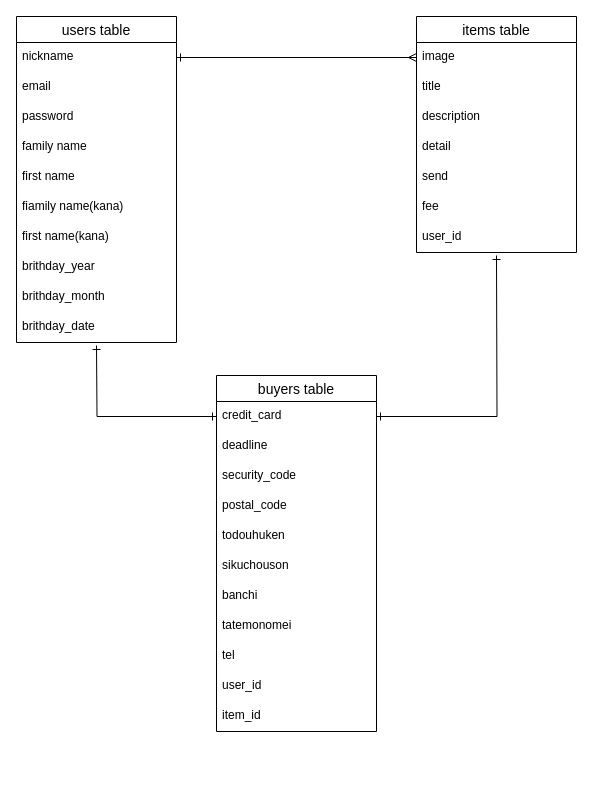
Above: furima.dio in RinHan/furima-31533 (draw.io), before the change. Source tidied: cells renumbered, new cells numbered last; positions are measured from the earlier drawing's top-left corner, leaving out a move shared by most shapes. Both pictures are drawn from the tidied source at 100%, with x=0, y=0 at pixel (16, 16).
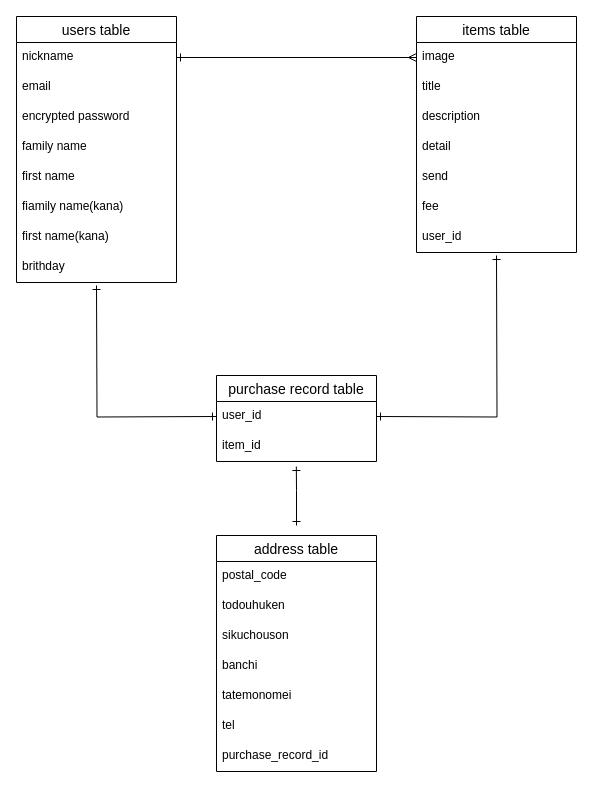
Above is the later version.

Commit message (it also covers changes not shown here):
ER図とREADMEの修正

The change refers to these unchanged cells:
```xml
<mxCell id="3" value="nickname" style="text;strokeColor=none;fillColor=none;spacingLeft=4;spacingRight=4;overflow=hidden;points=[[0,0.5],[1,0.5]];portConstraint=eastwest;fontSize=12;" parent="2" vertex="1">
  <mxGeometry y="26" width="160" height="30" as="geometry" />
</mxCell>
<mxCell id="14" value="image" style="text;strokeColor=none;fillColor=none;spacingLeft=4;spacingRight=4;overflow=hidden;points=[[0,0.5],[1,0.5]];portConstraint=eastwest;fontSize=12;" parent="13" vertex="1">
  <mxGeometry y="26" width="160" height="30" as="geometry" />
</mxCell>
```

What changed in the source:
```diff
@@
     <mxCell id="2" value="users table" style="swimlane;fontStyle=0;horizontal=1;startSize=26;align=center;fontSize=14;" parent="1" vertex="1">
-      <mxGeometry width="160" height="326" as="geometry" />
+      <mxGeometry width="160" height="266" as="geometry" />
     </mxCell>
@@
-    <mxCell id="5" value="password" style="text;strokeColor=none;fillColor=none;spacingLeft=4;spacingRight=4;overflow=hidden;fontSize=12;" parent="2" vertex="1">
+    <mxCell id="5" value="encrypted password" style="text;strokeColor=none;fillColor=none;spacingLeft=4;spacingRight=4;overflow=hidden;fontSize=12;" parent="2" vertex="1">
       <mxGeometry y="86" width="160" height="30" as="geometry" />
     </mxCell>
@@
-    <mxCell id="10" value="brithday_year" style="text;strokeColor=none;fillColor=none;spacingLeft=4;spacingRight=4;overflow=hidden;fontSize=12;" parent="2" vertex="1">
+    <mxCell id="10" value="brithday" style="text;strokeColor=none;fillColor=none;spacingLeft=4;spacingRight=4;overflow=hidden;fontSize=12;" parent="2" vertex="1">
       <mxGeometry y="236" width="160" height="30" as="geometry" />
     </mxCell>
-    <mxCell id="11" value="brithday_month" style="text;strokeColor=none;fillColor=none;spacingLeft=4;spacingRight=4;overflow=hidden;fontSize=12;" parent="2" vertex="1">
-      <mxGeometry y="266" width="160" height="30" as="geometry" />
-    </mxCell>
-    <mxCell id="12" value="brithday_date" style="text;strokeColor=none;fillColor=none;spacingLeft=4;spacingRight=4;overflow=hidden;fontSize=12;" parent="2" vertex="1">
-      <mxGeometry y="296" width="160" height="30" as="geometry" />
-    </mxCell>
@@
-    <mxCell id="21" value="buyers table" style="swimlane;fontStyle=0;horizontal=1;startSize=26;align=center;fontSize=14;" parent="1" vertex="1">
-      <mxGeometry x="200" y="359" width="160" height="356" as="geometry" />
+    <mxCell id="21" value="purchase record table" style="swimlane;fontStyle=0;horizontal=1;startSize=26;align=center;fontSize=14;" parent="1" vertex="1">
+      <mxGeometry x="200" y="359" width="160" height="86" as="geometry" />
     </mxCell>
-    <mxCell id="22" value="credit_card" style="text;strokeColor=none;fillColor=none;spacingLeft=4;spacingRight=4;overflow=hidden;points=[[0,0.5],[1,0.5]];portConstraint=eastwest;fontSize=12;" parent="21" vertex="1">
-      <mxGeometry y="26" width="160" height="30" as="geometry" />
-    </mxCell>
-    <mxCell id="23" value="deadline" style="text;strokeColor=none;fillColor=none;spacingLeft=4;spacingRight=4;overflow=hidden;fontSize=12;" parent="21" vertex="1">
-      <mxGeometry y="56" width="160" height="30" as="geometry" />
-    </mxCell>
-    <mxCell id="24" value="security_code" style="text;strokeColor=none;fillColor=none;spacingLeft=4;spacingRight=4;overflow=hidden;fontSize=12;" parent="21" vertex="1">
-      <mxGeometry y="86" width="160" height="30" as="geometry" />
-    </mxCell>
+    <mxCell id="31" value="user_id" style="text;strokeColor=none;fillColor=none;spacingLeft=4;spacingRight=4;overflow=hidden;fontSize=12;" parent="21" vertex="1">
+      <mxGeometry y="26" width="160" height="30" as="geometry" />
+    </mxCell>
+    <mxCell id="32" value="item_id" style="text;strokeColor=none;fillColor=none;spacingLeft=4;spacingRight=4;overflow=hidden;points=[[0,0.5],[1,0.5]];portConstraint=eastwest;fontSize=12;" parent="21" vertex="1">
+      <mxGeometry y="56" width="160" height="30" as="geometry" />
+    </mxCell>
+    <mxCell id="33" style="edgeStyle=orthogonalEdgeStyle;rounded=0;jettySize=auto;html=1;exitX=1;exitY=0.5;exitDx=0;exitDy=0;entryX=0;entryY=0.5;entryDx=0;entryDy=0;startArrow=ERone;startFill=0;endArrow=ERmany;endFill=0;" parent="1" edge="1" source="3" target="14">
+      <mxGeometry relative="1" as="geometry" />
+    </mxCell>
+    <mxCell id="34" style="edgeStyle=orthogonalEdgeStyle;rounded=0;orthogonalLoop=1;jettySize=auto;html=1;exitX=0;exitY=0.5;exitDx=0;exitDy=0;startArrow=ERone;startFill=0;endArrow=ERone;endFill=0;" parent="1" edge="1">
+      <mxGeometry relative="1" as="geometry">
+        <mxPoint x="200" y="400" as="sourcePoint" />
+        <mxPoint x="80" y="269" as="targetPoint" />
+      </mxGeometry>
+    </mxCell>
+    <mxCell id="35" style="edgeStyle=orthogonalEdgeStyle;rounded=0;orthogonalLoop=1;jettySize=auto;html=1;exitX=1;exitY=0.5;exitDx=0;exitDy=0;startArrow=ERone;startFill=0;endArrow=ERone;endFill=0;" parent="1" edge="1">
+      <mxGeometry relative="1" as="geometry">
+        <mxPoint x="360" y="400" as="sourcePoint" />
+        <mxPoint x="480" y="239" as="targetPoint" />
+      </mxGeometry>
+    </mxCell>
+    <mxCell id="36" value="address table" style="swimlane;fontStyle=0;horizontal=1;startSize=26;align=center;fontSize=14;" parent="1" vertex="1">
+      <mxGeometry x="200" y="519" width="160" height="236" as="geometry" />
+    </mxCell>
-    <mxCell id="25" value="postal_code" style="text;strokeColor=none;fillColor=none;spacingLeft=4;spacingRight=4;overflow=hidden;fontSize=12;" parent="21" vertex="1">
-      <mxGeometry y="116" width="160" height="30" as="geometry" />
+    <mxCell id="25" value="postal_code" style="text;strokeColor=none;fillColor=none;spacingLeft=4;spacingRight=4;overflow=hidden;fontSize=12;" parent="36" vertex="1">
+      <mxGeometry y="26" width="160" height="30" as="geometry" />
     </mxCell>
-    <mxCell id="26" value="todouhuken" style="text;strokeColor=none;fillColor=none;spacingLeft=4;spacingRight=4;overflow=hidden;fontSize=12;" parent="21" vertex="1">
-      <mxGeometry y="146" width="160" height="30" as="geometry" />
+    <mxCell id="26" value="todouhuken" style="text;strokeColor=none;fillColor=none;spacingLeft=4;spacingRight=4;overflow=hidden;fontSize=12;" parent="36" vertex="1">
+      <mxGeometry y="56" width="160" height="30" as="geometry" />
     </mxCell>
-    <mxCell id="27" value="sikuchouson" style="text;strokeColor=none;fillColor=none;spacingLeft=4;spacingRight=4;overflow=hidden;fontSize=12;" parent="21" vertex="1">
-      <mxGeometry y="176" width="160" height="30" as="geometry" />
+    <mxCell id="27" value="sikuchouson" style="text;strokeColor=none;fillColor=none;spacingLeft=4;spacingRight=4;overflow=hidden;fontSize=12;" parent="36" vertex="1">
+      <mxGeometry y="86" width="160" height="30" as="geometry" />
     </mxCell>
-    <mxCell id="28" value="banchi" style="text;strokeColor=none;fillColor=none;spacingLeft=4;spacingRight=4;overflow=hidden;fontSize=12;" parent="21" vertex="1">
-      <mxGeometry y="206" width="160" height="30" as="geometry" />
+    <mxCell id="28" value="banchi" style="text;strokeColor=none;fillColor=none;spacingLeft=4;spacingRight=4;overflow=hidden;fontSize=12;" parent="36" vertex="1">
+      <mxGeometry y="116" width="160" height="30" as="geometry" />
     </mxCell>
-    <mxCell id="29" value="tatemonomei" style="text;strokeColor=none;fillColor=none;spacingLeft=4;spacingRight=4;overflow=hidden;fontSize=12;" parent="21" vertex="1">
-      <mxGeometry y="236" width="160" height="30" as="geometry" />
+    <mxCell id="29" value="tatemonomei" style="text;strokeColor=none;fillColor=none;spacingLeft=4;spacingRight=4;overflow=hidden;fontSize=12;" parent="36" vertex="1">
+      <mxGeometry y="146" width="160" height="30" as="geometry" />
     </mxCell>
-    <mxCell id="30" value="tel" style="text;strokeColor=none;fillColor=none;spacingLeft=4;spacingRight=4;overflow=hidden;fontSize=12;" parent="21" vertex="1">
-      <mxGeometry y="266" width="160" height="30" as="geometry" />
+    <mxCell id="30" value="tel" style="text;strokeColor=none;fillColor=none;spacingLeft=4;spacingRight=4;overflow=hidden;fontSize=12;" parent="36" vertex="1">
+      <mxGeometry y="176" width="160" height="30" as="geometry" />
     </mxCell>
-    <mxCell id="31" value="user_id" style="text;strokeColor=none;fillColor=none;spacingLeft=4;spacingRight=4;overflow=hidden;fontSize=12;" parent="21" vertex="1">
-      <mxGeometry y="296" width="160" height="30" as="geometry" />
-    </mxCell>
-    <mxCell id="32" value="item_id" style="text;strokeColor=none;fillColor=none;spacingLeft=4;spacingRight=4;overflow=hidden;points=[[0,0.5],[1,0.5]];portConstraint=eastwest;fontSize=12;" parent="21" vertex="1">
-      <mxGeometry y="326" width="160" height="30" as="geometry" />
-    </mxCell>
-    <mxCell id="33" style="edgeStyle=orthogonalEdgeStyle;rounded=0;jettySize=auto;html=1;exitX=1;exitY=0.5;exitDx=0;exitDy=0;entryX=0;entryY=0.5;entryDx=0;entryDy=0;startArrow=ERone;startFill=0;endArrow=ERmany;endFill=0;" parent="1" edge="1" source="3" target="14">
-      <mxGeometry relative="1" as="geometry" />
-    </mxCell>
-    <mxCell id="34" style="edgeStyle=orthogonalEdgeStyle;rounded=0;jettySize=auto;html=1;exitX=0;exitY=0.5;exitDx=0;exitDy=0;startArrow=ERone;startFill=0;endArrow=ERone;endFill=0;" parent="1" edge="1" source="22">
-      <mxGeometry relative="1" as="geometry">
-        <mxPoint x="80" y="329" as="targetPoint" />
-      </mxGeometry>
-    </mxCell>
-    <mxCell id="35" style="edgeStyle=orthogonalEdgeStyle;rounded=0;jettySize=auto;html=1;exitX=1;exitY=0.5;exitDx=0;exitDy=0;startArrow=ERone;startFill=0;endArrow=ERone;endFill=0;" parent="1" edge="1" source="22">
-      <mxGeometry relative="1" as="geometry">
-        <mxPoint x="480" y="239" as="targetPoint" />
-      </mxGeometry>
-    </mxCell>
+    <mxCell id="37" value="purchase_record_id" style="text;strokeColor=none;fillColor=none;spacingLeft=4;spacingRight=4;overflow=hidden;fontSize=12;" parent="36" vertex="1">
+      <mxGeometry y="206" width="160" height="30" as="geometry" />
+    </mxCell>
+    <mxCell id="38" style="edgeStyle=orthogonalEdgeStyle;rounded=0;jettySize=auto;html=1;startArrow=ERone;startFill=0;endArrow=ERone;endFill=0;entryX=0.499;entryY=1.167;entryDx=0;entryDy=0;entryPerimeter=0;" parent="1" edge="1" target="32">
+      <mxGeometry relative="1" as="geometry">
+        <mxPoint x="280" y="509" as="sourcePoint" />
+        <Array as="points">
+          <mxPoint x="280" y="474" />
+          <mxPoint x="280" y="474" />
+        </Array>
+      </mxGeometry>
+    </mxCell>
```
